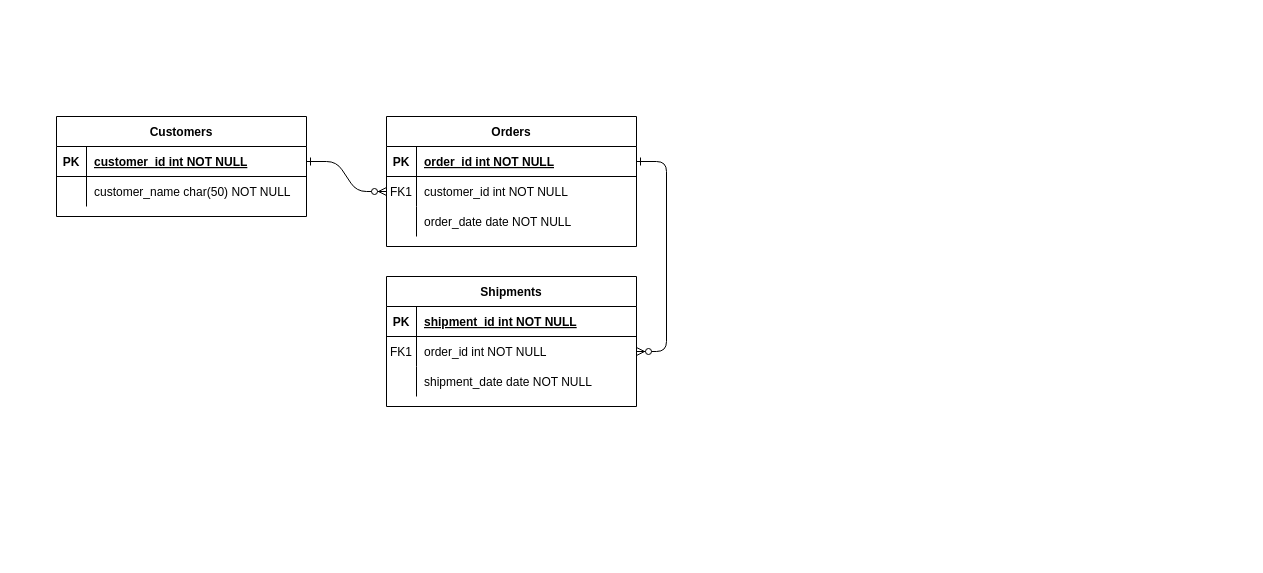
This is twitter.drawio from universato/boot, a draw.io file, before an edit. Source tidied: cells renumbered, new cells numbered last; positions are measured from the earlier drawing's top-left corner, leaving out a move shared by most shapes. Both pictures are drawn from the tidied source at 100%, with x=0, y=0 at pixel (56, 116).
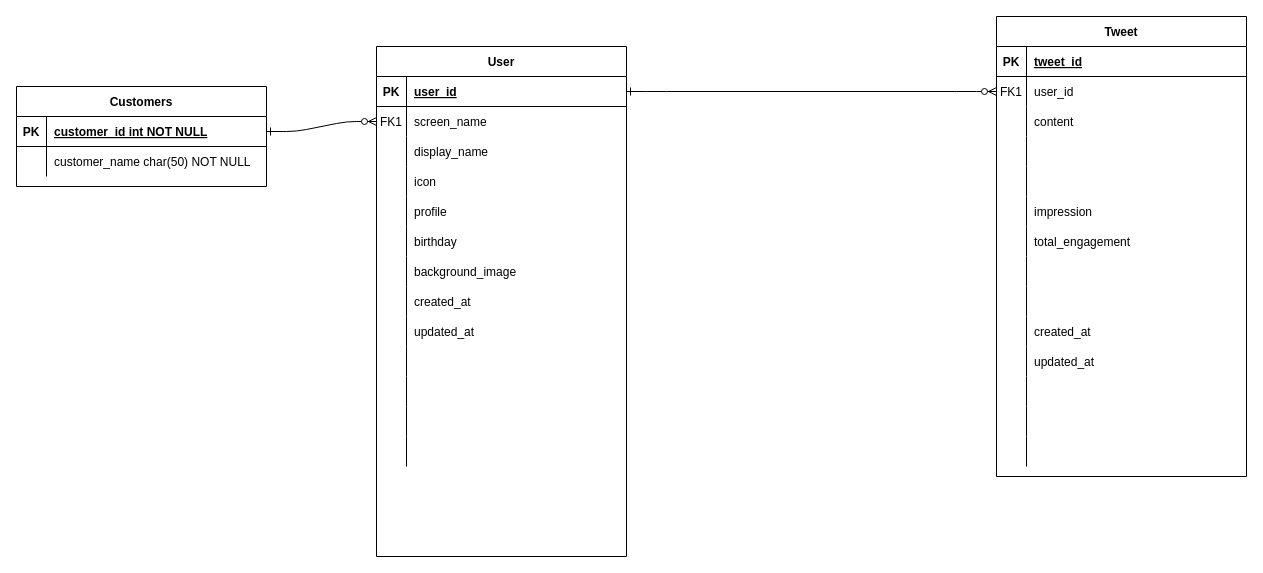
The same page after the edit.

Unchanged cells that the change refers to:
```xml
<mxCell id="5" style="shape=partialRectangle;fillColor=none;points=[[0,0.5],[1,0.5]];portConstraint=eastwest;top=0;left=0;right=0;bottom=1;" parent="4" vertex="1">
  <mxGeometry y="30" width="250" height="30" as="geometry" />
</mxCell>
<mxCell id="8" style="shape=partialRectangle;fillColor=none;points=[[0,0.5],[1,0.5]];portConstraint=eastwest;top=0;left=0;right=0;bottom=0;" parent="4" vertex="1">
  <mxGeometry y="60" width="250" height="30" as="geometry" />
</mxCell>
<mxCell id="11" style="shape=partialRectangle;fillColor=none;top=0;left=0;right=0;bottom=0;" parent="4" vertex="1">
  <mxGeometry y="90" width="250" height="30" as="geometry" />
</mxCell>
<mxCell id="15" style="shape=partialRectangle;fillColor=none;top=0;left=0;right=0;bottom=1;" parent="14" vertex="1">
  <mxGeometry y="30" width="250" height="30" as="geometry" />
</mxCell>
<mxCell id="18" style="shape=partialRectangle;fillColor=none;points=[[0,0.5],[1,0.5]];portConstraint=eastwest;top=0;left=0;right=0;bottom=0;" parent="14" vertex="1">
  <mxGeometry y="60" width="250" height="30" as="geometry" />
</mxCell>
```

Change to the diagram source:
```diff
@@
-    <mxCell id="4" value="Orders" style="shape=table;startSize=30;childLayout=tableLayout;rowLines=0;fontStyle=1;align=center;" parent="1" vertex="1">
-      <mxGeometry x="330" width="250" height="130" as="geometry" />
+    <mxCell id="4" value="User" style="shape=table;startSize=30;childLayout=tableLayout;rowLines=0;fontStyle=1;align=center;" parent="1" vertex="1">
+      <mxGeometry x="320" y="-70" width="250" height="510" as="geometry" />
     </mxCell>
@@
-    <mxCell id="7" value="order_id int NOT NULL " style="shape=partialRectangle;overflow=hidden;fillColor=none;top=0;left=0;bottom=0;right=0;align=left;spacingLeft=6;fontStyle=5;" parent="5" vertex="1">
+    <mxCell id="7" value="user_id" style="shape=partialRectangle;overflow=hidden;fillColor=none;top=0;left=0;bottom=0;right=0;align=left;spacingLeft=6;fontStyle=5;" parent="5" vertex="1">
       <mxGeometry x="30" width="220" height="30" as="geometry" />
     </mxCell>
@@
-    <mxCell id="10" value="customer_id int NOT NULL" style="shape=partialRectangle;overflow=hidden;fillColor=none;top=0;left=0;bottom=0;right=0;align=left;spacingLeft=6;" parent="8" vertex="1">
+    <mxCell id="10" value="screen_name" style="shape=partialRectangle;overflow=hidden;fillColor=none;top=0;left=0;bottom=0;right=0;align=left;spacingLeft=6;" parent="8" vertex="1">
       <mxGeometry x="30" width="220" height="30" as="geometry" />
     </mxCell>
@@
-    <mxCell id="13" value="order_date date NOT NULL" style="shape=partialRectangle;overflow=hidden;fillColor=none;top=0;left=0;bottom=0;right=0;align=left;spacingLeft=6;" parent="11" vertex="1">
+    <mxCell id="13" value="display_name" style="shape=partialRectangle;overflow=hidden;fillColor=none;top=0;left=0;bottom=0;right=0;align=left;spacingLeft=6;" parent="11" vertex="1">
       <mxGeometry x="30" width="220" height="30" as="geometry" />
     </mxCell>
+    <mxCell id="31" style="shape=partialRectangle;fillColor=none;top=0;left=0;right=0;bottom=0;" parent="4" vertex="1">
+      <mxGeometry y="120" width="250" height="30" as="geometry" />
+    </mxCell>
+    <mxCell id="32" style="shape=partialRectangle;overflow=hidden;fillColor=none;top=0;left=0;bottom=0;right=0;" parent="31" vertex="1">
+      <mxGeometry width="30" height="30" as="geometry" />
+    </mxCell>
+    <mxCell id="33" value="icon" style="shape=partialRectangle;overflow=hidden;fillColor=none;top=0;left=0;bottom=0;right=0;align=left;spacingLeft=6;" parent="31" vertex="1">
+      <mxGeometry x="30" width="220" height="30" as="geometry" />
+    </mxCell>
+    <mxCell id="34" style="shape=partialRectangle;fillColor=none;top=0;left=0;right=0;bottom=0;" parent="4" vertex="1">
+      <mxGeometry y="150" width="250" height="30" as="geometry" />
+    </mxCell>
+    <mxCell id="35" style="shape=partialRectangle;overflow=hidden;fillColor=none;top=0;left=0;bottom=0;right=0;" parent="34" vertex="1">
+      <mxGeometry width="30" height="30" as="geometry" />
+    </mxCell>
+    <mxCell id="36" value="profile" style="shape=partialRectangle;overflow=hidden;fillColor=none;top=0;left=0;bottom=0;right=0;align=left;spacingLeft=6;" parent="34" vertex="1">
+      <mxGeometry x="30" width="220" height="30" as="geometry" />
+    </mxCell>
+    <mxCell id="37" style="shape=partialRectangle;fillColor=none;top=0;left=0;right=0;bottom=0;" parent="4" vertex="1">
+      <mxGeometry y="180" width="250" height="30" as="geometry" />
+    </mxCell>
+    <mxCell id="38" style="shape=partialRectangle;overflow=hidden;fillColor=none;top=0;left=0;bottom=0;right=0;" parent="37" vertex="1">
+      <mxGeometry width="30" height="30" as="geometry" />
+    </mxCell>
+    <mxCell id="39" value="birthday" style="shape=partialRectangle;overflow=hidden;fillColor=none;top=0;left=0;bottom=0;right=0;align=left;spacingLeft=6;" parent="37" vertex="1">
+      <mxGeometry x="30" width="220" height="30" as="geometry" />
+    </mxCell>
+    <mxCell id="40" style="shape=partialRectangle;fillColor=none;top=0;left=0;right=0;bottom=0;" parent="4" vertex="1">
+      <mxGeometry y="210" width="250" height="30" as="geometry" />
+    </mxCell>
+    <mxCell id="41" style="shape=partialRectangle;overflow=hidden;fillColor=none;top=0;left=0;bottom=0;right=0;" parent="40" vertex="1">
+      <mxGeometry width="30" height="30" as="geometry" />
+    </mxCell>
+    <mxCell id="42" value="background_image" style="shape=partialRectangle;overflow=hidden;fillColor=none;top=0;left=0;bottom=0;right=0;align=left;spacingLeft=6;" parent="40" vertex="1">
+      <mxGeometry x="30" width="220" height="30" as="geometry" />
+    </mxCell>
+    <mxCell id="43" style="shape=partialRectangle;fillColor=none;top=0;left=0;right=0;bottom=0;" parent="4" vertex="1">
+      <mxGeometry y="240" width="250" height="30" as="geometry" />
+    </mxCell>
+    <mxCell id="44" style="shape=partialRectangle;overflow=hidden;fillColor=none;top=0;left=0;bottom=0;right=0;" parent="43" vertex="1">
+      <mxGeometry width="30" height="30" as="geometry" />
+    </mxCell>
+    <mxCell id="45" value="created_at" style="shape=partialRectangle;overflow=hidden;fillColor=none;top=0;left=0;bottom=0;right=0;align=left;spacingLeft=6;" parent="43" vertex="1">
+      <mxGeometry x="30" width="220" height="30" as="geometry" />
+    </mxCell>
+    <mxCell id="46" style="shape=partialRectangle;fillColor=none;top=0;left=0;right=0;bottom=0;" parent="4" vertex="1">
+      <mxGeometry y="270" width="250" height="30" as="geometry" />
+    </mxCell>
+    <mxCell id="47" style="shape=partialRectangle;overflow=hidden;fillColor=none;top=0;left=0;bottom=0;right=0;" parent="46" vertex="1">
+      <mxGeometry width="30" height="30" as="geometry" />
+    </mxCell>
+    <mxCell id="48" value="updated_at" style="shape=partialRectangle;overflow=hidden;fillColor=none;top=0;left=0;bottom=0;right=0;align=left;spacingLeft=6;" parent="46" vertex="1">
+      <mxGeometry x="30" width="220" height="30" as="geometry" />
+    </mxCell>
+    <mxCell id="49" style="shape=partialRectangle;fillColor=none;top=0;left=0;right=0;bottom=0;" parent="4" vertex="1">
+      <mxGeometry y="300" width="250" height="30" as="geometry" />
+    </mxCell>
+    <mxCell id="50" style="shape=partialRectangle;overflow=hidden;fillColor=none;top=0;left=0;bottom=0;right=0;" parent="49" vertex="1">
+      <mxGeometry width="30" height="30" as="geometry" />
+    </mxCell>
+    <mxCell id="51" style="shape=partialRectangle;overflow=hidden;fillColor=none;top=0;left=0;bottom=0;right=0;align=left;spacingLeft=6;" parent="49" vertex="1">
+      <mxGeometry x="30" width="220" height="30" as="geometry" />
+    </mxCell>
+    <mxCell id="52" style="shape=partialRectangle;fillColor=none;top=0;left=0;right=0;bottom=0;" parent="4" vertex="1">
+      <mxGeometry y="330" width="250" height="30" as="geometry" />
+    </mxCell>
+    <mxCell id="53" style="shape=partialRectangle;overflow=hidden;fillColor=none;top=0;left=0;bottom=0;right=0;" parent="52" vertex="1">
+      <mxGeometry width="30" height="30" as="geometry" />
+    </mxCell>
+    <mxCell id="54" style="shape=partialRectangle;overflow=hidden;fillColor=none;top=0;left=0;bottom=0;right=0;align=left;spacingLeft=6;" parent="52" vertex="1">
+      <mxGeometry x="30" width="220" height="30" as="geometry" />
+    </mxCell>
+    <mxCell id="55" style="shape=partialRectangle;fillColor=none;top=0;left=0;right=0;bottom=0;" parent="4" vertex="1">
+      <mxGeometry y="360" width="250" height="30" as="geometry" />
+    </mxCell>
+    <mxCell id="56" style="shape=partialRectangle;overflow=hidden;fillColor=none;top=0;left=0;bottom=0;right=0;" parent="55" vertex="1">
+      <mxGeometry width="30" height="30" as="geometry" />
+    </mxCell>
+    <mxCell id="57" style="shape=partialRectangle;overflow=hidden;fillColor=none;top=0;left=0;bottom=0;right=0;align=left;spacingLeft=6;" parent="55" vertex="1">
+      <mxGeometry x="30" width="220" height="30" as="geometry" />
+    </mxCell>
+    <mxCell id="58" style="shape=partialRectangle;fillColor=none;top=0;left=0;right=0;bottom=0;" parent="4" vertex="1">
+      <mxGeometry y="390" width="250" height="30" as="geometry" />
+    </mxCell>
+    <mxCell id="59" style="shape=partialRectangle;overflow=hidden;fillColor=none;top=0;left=0;bottom=0;right=0;" parent="58" vertex="1">
+      <mxGeometry width="30" height="30" as="geometry" />
+    </mxCell>
+    <mxCell id="60" style="shape=partialRectangle;overflow=hidden;fillColor=none;top=0;left=0;bottom=0;right=0;align=left;spacingLeft=6;" parent="58" vertex="1">
+      <mxGeometry x="30" width="220" height="30" as="geometry" />
+    </mxCell>
+    <mxCell id="24" value="Customers" style="shape=table;startSize=30;childLayout=tableLayout;rowLines=0;fontStyle=1;align=center;" parent="1" vertex="1">
+      <mxGeometry x="-40" y="-30" width="250" height="100" as="geometry" />
+    </mxCell>
+    <mxCell id="25" style="shape=partialRectangle;fillColor=none;points=[[0,0.5],[1,0.5]];portConstraint=eastwest;top=0;left=0;right=0;bottom=1;" parent="24" vertex="1">
+      <mxGeometry y="30" width="250" height="30" as="geometry" />
+    </mxCell>
+    <mxCell id="26" value="PK" style="shape=partialRectangle;overflow=hidden;fillColor=none;top=0;left=0;bottom=0;right=0;fontStyle=1;" parent="25" vertex="1">
+      <mxGeometry width="30" height="30" as="geometry" />
+    </mxCell>
+    <mxCell id="27" value="customer_id int NOT NULL " style="shape=partialRectangle;overflow=hidden;fillColor=none;top=0;left=0;bottom=0;right=0;align=left;spacingLeft=6;fontStyle=5;" parent="25" vertex="1">
+      <mxGeometry x="30" width="220" height="30" as="geometry" />
+    </mxCell>
+    <mxCell id="28" style="shape=partialRectangle;fillColor=none;top=0;left=0;right=0;bottom=0;" parent="24" vertex="1">
+      <mxGeometry y="60" width="250" height="30" as="geometry" />
+    </mxCell>
+    <mxCell id="29" style="shape=partialRectangle;overflow=hidden;fillColor=none;top=0;left=0;bottom=0;right=0;" parent="28" vertex="1">
+      <mxGeometry width="30" height="30" as="geometry" />
+    </mxCell>
+    <mxCell id="30" value="customer_name char(50) NOT NULL" style="shape=partialRectangle;overflow=hidden;fillColor=none;top=0;left=0;bottom=0;right=0;align=left;spacingLeft=6;" parent="28" vertex="1">
+      <mxGeometry x="30" width="220" height="30" as="geometry" />
+    </mxCell>
-    <mxCell id="14" value="Shipments" style="shape=table;startSize=30;childLayout=tableLayout;rowLines=0;fontStyle=1;align=center;" parent="1" vertex="1">
-      <mxGeometry x="330" y="160" width="250" height="130" as="geometry" />
+    <mxCell id="14" value="Tweet" style="shape=table;startSize=30;childLayout=tableLayout;rowLines=0;fontStyle=1;align=center;" parent="1" vertex="1">
+      <mxGeometry x="940" y="-100" width="250" height="460" as="geometry" />
     </mxCell>
@@
-    <mxCell id="17" value="shipment_id int NOT NULL " style="shape=partialRectangle;overflow=hidden;fillColor=none;top=0;left=0;bottom=0;right=0;align=left;spacingLeft=6;fontStyle=5;" parent="15" vertex="1">
+    <mxCell id="17" value="tweet_id" style="shape=partialRectangle;overflow=hidden;fillColor=none;top=0;left=0;bottom=0;right=0;align=left;spacingLeft=6;fontStyle=5;" parent="15" vertex="1">
       <mxGeometry x="30" width="220" height="30" as="geometry" />
     </mxCell>
@@
-    <mxCell id="20" value="order_id int NOT NULL" style="shape=partialRectangle;overflow=hidden;fillColor=none;top=0;left=0;bottom=0;right=0;align=left;spacingLeft=6;" parent="18" vertex="1">
+    <mxCell id="20" value="user_id" style="shape=partialRectangle;overflow=hidden;fillColor=none;top=0;left=0;bottom=0;right=0;align=left;spacingLeft=6;" parent="18" vertex="1">
       <mxGeometry x="30" width="220" height="30" as="geometry" />
     </mxCell>
+    <mxCell id="61" style="shape=partialRectangle;fillColor=none;top=0;left=0;right=0;bottom=0;" parent="14" vertex="1">
+      <mxGeometry y="90" width="250" height="30" as="geometry" />
+    </mxCell>
+    <mxCell id="62" style="shape=partialRectangle;overflow=hidden;fillColor=none;top=0;left=0;bottom=0;right=0;" parent="61" vertex="1">
+      <mxGeometry width="30" height="30" as="geometry" />
+    </mxCell>
+    <mxCell id="63" value="content" style="shape=partialRectangle;overflow=hidden;fillColor=none;top=0;left=0;bottom=0;right=0;align=left;spacingLeft=6;" parent="61" vertex="1">
+      <mxGeometry x="30" width="220" height="30" as="geometry" />
+    </mxCell>
+    <mxCell id="64" style="shape=partialRectangle;fillColor=none;top=0;left=0;right=0;bottom=0;" parent="14" vertex="1">
+      <mxGeometry y="120" width="250" height="30" as="geometry" />
+    </mxCell>
+    <mxCell id="65" style="shape=partialRectangle;overflow=hidden;fillColor=none;top=0;left=0;bottom=0;right=0;" parent="64" vertex="1">
+      <mxGeometry width="30" height="30" as="geometry" />
+    </mxCell>
+    <mxCell id="66" style="shape=partialRectangle;overflow=hidden;fillColor=none;top=0;left=0;bottom=0;right=0;align=left;spacingLeft=6;" parent="64" vertex="1">
+      <mxGeometry x="30" width="220" height="30" as="geometry" />
+    </mxCell>
+    <mxCell id="67" style="shape=partialRectangle;fillColor=none;top=0;left=0;right=0;bottom=0;" parent="14" vertex="1">
+      <mxGeometry y="150" width="250" height="30" as="geometry" />
+    </mxCell>
+    <mxCell id="68" style="shape=partialRectangle;overflow=hidden;fillColor=none;top=0;left=0;bottom=0;right=0;" parent="67" vertex="1">
+      <mxGeometry width="30" height="30" as="geometry" />
+    </mxCell>
+    <mxCell id="69" style="shape=partialRectangle;overflow=hidden;fillColor=none;top=0;left=0;bottom=0;right=0;align=left;spacingLeft=6;" parent="67" vertex="1">
+      <mxGeometry x="30" width="220" height="30" as="geometry" />
+    </mxCell>
+    <mxCell id="70" style="shape=partialRectangle;fillColor=none;top=0;left=0;right=0;bottom=0;" parent="14" vertex="1">
+      <mxGeometry y="180" width="250" height="30" as="geometry" />
+    </mxCell>
+    <mxCell id="71" style="shape=partialRectangle;overflow=hidden;fillColor=none;top=0;left=0;bottom=0;right=0;" parent="70" vertex="1">
+      <mxGeometry width="30" height="30" as="geometry" />
+    </mxCell>
+    <mxCell id="72" value="impression" style="shape=partialRectangle;overflow=hidden;fillColor=none;top=0;left=0;bottom=0;right=0;align=left;spacingLeft=6;" parent="70" vertex="1">
+      <mxGeometry x="30" width="220" height="30" as="geometry" />
+    </mxCell>
+    <mxCell id="73" style="shape=partialRectangle;fillColor=none;top=0;left=0;right=0;bottom=0;" parent="14" vertex="1">
+      <mxGeometry y="210" width="250" height="30" as="geometry" />
+    </mxCell>
+    <mxCell id="74" style="shape=partialRectangle;overflow=hidden;fillColor=none;top=0;left=0;bottom=0;right=0;" parent="73" vertex="1">
+      <mxGeometry width="30" height="30" as="geometry" />
+    </mxCell>
+    <mxCell id="75" value="total_engagement" style="shape=partialRectangle;overflow=hidden;fillColor=none;top=0;left=0;bottom=0;right=0;align=left;spacingLeft=6;" parent="73" vertex="1">
+      <mxGeometry x="30" width="220" height="30" as="geometry" />
+    </mxCell>
+    <mxCell id="76" style="shape=partialRectangle;fillColor=none;top=0;left=0;right=0;bottom=0;" parent="14" vertex="1">
+      <mxGeometry y="240" width="250" height="30" as="geometry" />
+    </mxCell>
+    <mxCell id="77" style="shape=partialRectangle;overflow=hidden;fillColor=none;top=0;left=0;bottom=0;right=0;" parent="76" vertex="1">
+      <mxGeometry width="30" height="30" as="geometry" />
+    </mxCell>
+    <mxCell id="78" style="shape=partialRectangle;overflow=hidden;fillColor=none;top=0;left=0;bottom=0;right=0;align=left;spacingLeft=6;" parent="76" vertex="1">
+      <mxGeometry x="30" width="220" height="30" as="geometry" />
+    </mxCell>
+    <mxCell id="79" style="shape=partialRectangle;fillColor=none;top=0;left=0;right=0;bottom=0;" parent="14" vertex="1">
+      <mxGeometry y="270" width="250" height="30" as="geometry" />
+    </mxCell>
+    <mxCell id="80" style="shape=partialRectangle;overflow=hidden;fillColor=none;top=0;left=0;bottom=0;right=0;" parent="79" vertex="1">
+      <mxGeometry width="30" height="30" as="geometry" />
+    </mxCell>
+    <mxCell id="81" style="shape=partialRectangle;overflow=hidden;fillColor=none;top=0;left=0;bottom=0;right=0;align=left;spacingLeft=6;" parent="79" vertex="1">
+      <mxGeometry x="30" width="220" height="30" as="geometry" />
+    </mxCell>
     <mxCell id="21" style="shape=partialRectangle;fillColor=none;top=0;left=0;right=0;bottom=0;" parent="14" vertex="1">
-      <mxGeometry y="90" width="250" height="30" as="geometry" />
+      <mxGeometry y="300" width="250" height="30" as="geometry" />
     </mxCell>
@@
-    <mxCell id="23" value="shipment_date date NOT NULL" style="shape=partialRectangle;overflow=hidden;fillColor=none;top=0;left=0;bottom=0;right=0;align=left;spacingLeft=6;" parent="21" vertex="1">
+    <mxCell id="23" value="created_at" style="shape=partialRectangle;overflow=hidden;fillColor=none;top=0;left=0;bottom=0;right=0;align=left;spacingLeft=6;" parent="21" vertex="1">
       <mxGeometry x="30" width="220" height="30" as="geometry" />
     </mxCell>
-    <mxCell id="24" value="Customers" style="shape=table;startSize=30;childLayout=tableLayout;rowLines=0;fontStyle=1;align=center;" parent="1" vertex="1">
-      <mxGeometry width="250" height="100" as="geometry" />
-    </mxCell>
-    <mxCell id="25" style="shape=partialRectangle;fillColor=none;points=[[0,0.5],[1,0.5]];portConstraint=eastwest;top=0;left=0;right=0;bottom=1;" parent="24" vertex="1">
-      <mxGeometry y="30" width="250" height="30" as="geometry" />
-    </mxCell>
-    <mxCell id="26" value="PK" style="shape=partialRectangle;overflow=hidden;fillColor=none;top=0;left=0;bottom=0;right=0;fontStyle=1;" parent="25" vertex="1">
-      <mxGeometry width="30" height="30" as="geometry" />
-    </mxCell>
-    <mxCell id="27" value="customer_id int NOT NULL " style="shape=partialRectangle;overflow=hidden;fillColor=none;top=0;left=0;bottom=0;right=0;align=left;spacingLeft=6;fontStyle=5;" parent="25" vertex="1">
-      <mxGeometry x="30" width="220" height="30" as="geometry" />
-    </mxCell>
-    <mxCell id="28" style="shape=partialRectangle;fillColor=none;top=0;left=0;right=0;bottom=0;" parent="24" vertex="1">
-      <mxGeometry y="60" width="250" height="30" as="geometry" />
-    </mxCell>
-    <mxCell id="29" style="shape=partialRectangle;overflow=hidden;fillColor=none;top=0;left=0;bottom=0;right=0;" parent="28" vertex="1">
-      <mxGeometry width="30" height="30" as="geometry" />
-    </mxCell>
-    <mxCell id="30" value="customer_name char(50) NOT NULL" style="shape=partialRectangle;overflow=hidden;fillColor=none;top=0;left=0;bottom=0;right=0;align=left;spacingLeft=6;" parent="28" vertex="1">
-      <mxGeometry x="30" width="220" height="30" as="geometry" />
-    </mxCell>
+    <mxCell id="82" style="shape=partialRectangle;fillColor=none;top=0;left=0;right=0;bottom=0;" parent="14" vertex="1">
+      <mxGeometry y="330" width="250" height="30" as="geometry" />
+    </mxCell>
+    <mxCell id="83" style="shape=partialRectangle;overflow=hidden;fillColor=none;top=0;left=0;bottom=0;right=0;" parent="82" vertex="1">
+      <mxGeometry width="30" height="30" as="geometry" />
+    </mxCell>
+    <mxCell id="84" value="updated_at" style="shape=partialRectangle;overflow=hidden;fillColor=none;top=0;left=0;bottom=0;right=0;align=left;spacingLeft=6;" parent="82" vertex="1">
+      <mxGeometry x="30" width="220" height="30" as="geometry" />
+    </mxCell>
+    <mxCell id="85" style="shape=partialRectangle;fillColor=none;top=0;left=0;right=0;bottom=0;" parent="14" vertex="1">
+      <mxGeometry y="360" width="250" height="30" as="geometry" />
+    </mxCell>
+    <mxCell id="86" style="shape=partialRectangle;overflow=hidden;fillColor=none;top=0;left=0;bottom=0;right=0;" parent="85" vertex="1">
+      <mxGeometry width="30" height="30" as="geometry" />
+    </mxCell>
+    <mxCell id="87" style="shape=partialRectangle;overflow=hidden;fillColor=none;top=0;left=0;bottom=0;right=0;align=left;spacingLeft=6;" parent="85" vertex="1">
+      <mxGeometry x="30" width="220" height="30" as="geometry" />
+    </mxCell>
+    <mxCell id="88" style="shape=partialRectangle;fillColor=none;top=0;left=0;right=0;bottom=0;" parent="14" vertex="1">
+      <mxGeometry y="390" width="250" height="30" as="geometry" />
+    </mxCell>
+    <mxCell id="89" style="shape=partialRectangle;overflow=hidden;fillColor=none;top=0;left=0;bottom=0;right=0;" parent="88" vertex="1">
+      <mxGeometry width="30" height="30" as="geometry" />
+    </mxCell>
+    <mxCell id="90" style="shape=partialRectangle;overflow=hidden;fillColor=none;top=0;left=0;bottom=0;right=0;align=left;spacingLeft=6;" parent="88" vertex="1">
+      <mxGeometry x="30" width="220" height="30" as="geometry" />
+    </mxCell>
+    <mxCell id="91" style="shape=partialRectangle;fillColor=none;top=0;left=0;right=0;bottom=0;" parent="14" vertex="1">
+      <mxGeometry y="420" width="250" height="30" as="geometry" />
+    </mxCell>
+    <mxCell id="92" style="shape=partialRectangle;overflow=hidden;fillColor=none;top=0;left=0;bottom=0;right=0;" parent="91" vertex="1">
+      <mxGeometry width="30" height="30" as="geometry" />
+    </mxCell>
+    <mxCell id="93" style="shape=partialRectangle;overflow=hidden;fillColor=none;top=0;left=0;bottom=0;right=0;align=left;spacingLeft=6;" parent="91" vertex="1">
+      <mxGeometry x="30" width="220" height="30" as="geometry" />
+    </mxCell>
```
